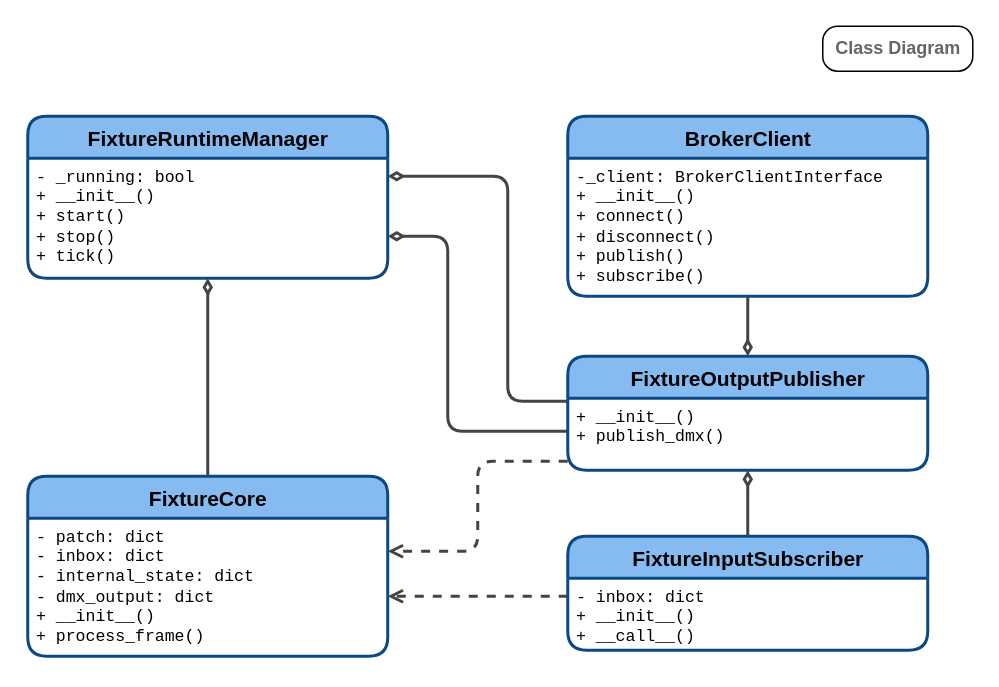
Earlier version of the draw.io diagram page "fixture" (5 of 6) of docs/diagrams/c4/c4-apelios.drawio (weber-moritz/apelios). Source tidied: cells renumbered, new cells numbered last; positions are measured from the earlier drawing's top-left corner, leaving out a move shared by most shapes. Both pictures are drawn from the tidied source at 150%, with x=0, y=0 at pixel (27, 26).
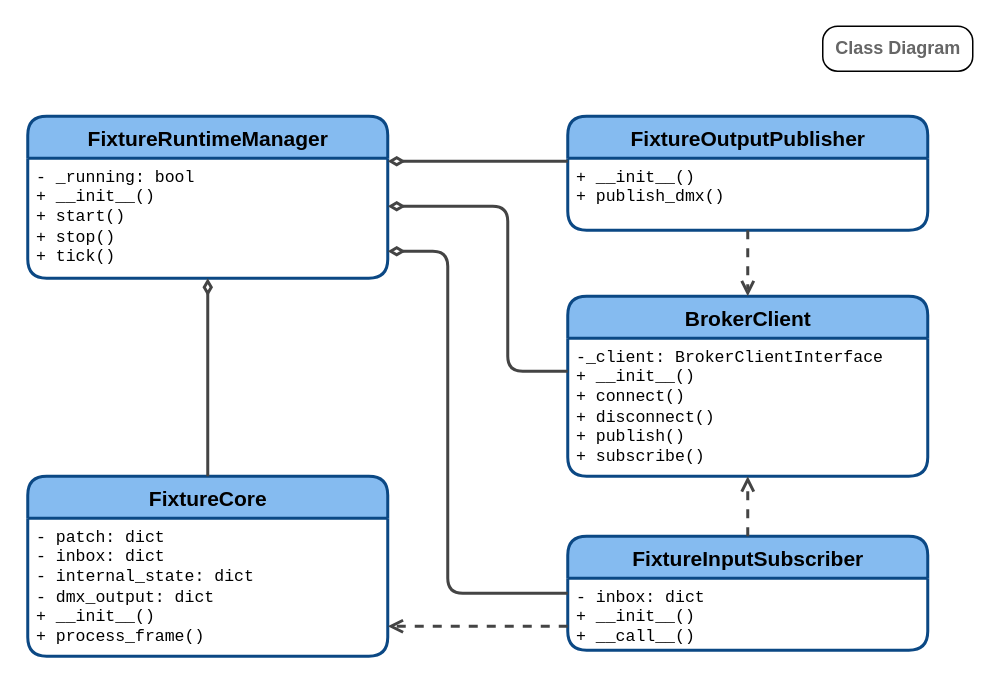
Above is the later version.

The change refers to these unchanged cells:
```xml
<mxCell id="2" value="FixtureCore" style="swimlane;fontStyle=1;align=center;verticalAlign=top;horizontal=1;startSize=28;rounded=1;fillColor=#85bbf0;swimlaneFillColor=#ffffff;strokeColor=#0b4884;strokeWidth=2;fontColor=#000000;fontSize=14;html=1;" parent="1" vertex="1">
  <mxGeometry y="300" width="240" height="120" as="geometry" />
</mxCell>
<mxCell id="4" value="FixtureInputSubscriber" style="swimlane;fontStyle=1;align=center;verticalAlign=top;horizontal=1;startSize=28;rounded=1;fillColor=#85bbf0;swimlaneFillColor=#ffffff;strokeColor=#0b4884;strokeWidth=2;fontColor=#000000;fontSize=14;html=1;" parent="1" vertex="1">
  <mxGeometry x="360" y="340" width="240" height="76" as="geometry" />
</mxCell>
<mxCell id="6" value="FixtureRuntimeManager" style="swimlane;fontStyle=1;align=center;verticalAlign=top;horizontal=1;startSize=28;rounded=1;fillColor=#85bbf0;swimlaneFillColor=#ffffff;strokeColor=#0b4884;strokeWidth=2;fontColor=#000000;fontSize=14;html=1;" parent="1" vertex="1">
  <mxGeometry y="60" width="240" height="108" as="geometry" />
</mxCell>
```

What changed in the source:
```diff
@@
     <mxCell id="8" value="BrokerClient" style="swimlane;fontStyle=1;align=center;verticalAlign=top;horizontal=1;startSize=28;rounded=1;fillColor=#85bbf0;swimlaneFillColor=#ffffff;strokeColor=#0b4884;strokeWidth=2;fontColor=#000000;fontSize=14;html=1;" parent="1" vertex="1">
-      <mxGeometry x="360" y="60" width="240" height="120" as="geometry" />
+      <mxGeometry x="360" y="180" width="240" height="120" as="geometry" />
     </mxCell>
@@
+    <mxCell id="17" value="FixtureOutputPublisher" style="swimlane;fontStyle=1;align=center;verticalAlign=top;horizontal=1;startSize=28;rounded=1;fillColor=#85bbf0;swimlaneFillColor=#ffffff;strokeColor=#0b4884;strokeWidth=2;fontColor=#000000;fontSize=14;html=1;" parent="1" vertex="1">
+      <mxGeometry x="360" y="60" width="240" height="76" as="geometry" />
+    </mxCell>
+    <mxCell id="18" value="+ __init__()&lt;br&gt;+ publish_dmx()" style="text;strokeColor=none;fillColor=none;align=left;verticalAlign=top;spacingLeft=4;spacingRight=4;overflow=hidden;fontFamily=Courier New;fontSize=11;fontColor=#000000;html=1;" parent="17" vertex="1">
+      <mxGeometry y="28" width="240" height="48" as="geometry" />
+    </mxCell>
@@
-    <mxCell id="11" style="startArrow=diamondThin;startFill=0;endArrow=none;strokeColor=#444444;strokeWidth=2;edgeStyle=orthogonalEdgeStyle;rounded=1;" parent="1" edge="1" source="17" target="4">
-      <mxGeometry relative="1" as="geometry" />
+    <mxCell id="11" style="startArrow=diamondThin;startFill=0;endArrow=none;strokeColor=#444444;strokeWidth=2;edgeStyle=orthogonalEdgeStyle;rounded=1;" parent="1" edge="1" source="6" target="4">
+      <mxGeometry relative="1" as="geometry">
+        <Array as="points">
+          <mxPoint x="280" y="150" />
+          <mxPoint x="280" y="378" />
+        </Array>
+      </mxGeometry>
     </mxCell>
     <mxCell id="12" style="startArrow=diamondThin;startFill=0;endArrow=none;strokeColor=#444444;strokeWidth=2;edgeStyle=orthogonalEdgeStyle;rounded=1;" parent="1" edge="1" source="6" target="17">
       <mxGeometry relative="1" as="geometry">
         <Array as="points">
-          <mxPoint x="280" y="140" />
-          <mxPoint x="280" y="270" />
+          <mxPoint x="320" y="90" />
+          <mxPoint x="320" y="90" />
         </Array>
       </mxGeometry>
     </mxCell>
+    <mxCell id="20" style="startArrow=diamondThin;startFill=0;endArrow=none;strokeColor=#444444;strokeWidth=2;edgeStyle=orthogonalEdgeStyle;rounded=1;" parent="1" edge="1" source="6" target="8">
+      <mxGeometry relative="1" as="geometry">
+        <Array as="points">
+          <mxPoint x="320" y="120" />
+          <mxPoint x="320" y="230" />
+        </Array>
+      </mxGeometry>
+    </mxCell>
     <mxCell id="13" style="endArrow=open;dashed=1;endFill=0;strokeColor=#444444;strokeWidth=2;edgeStyle=orthogonalEdgeStyle;rounded=1;" parent="1" edge="1" source="4" target="2">
       <mxGeometry relative="1" as="geometry">
         <Array as="points">
-          <mxPoint x="300" y="380" />
-          <mxPoint x="300" y="380" />
+          <mxPoint x="300" y="400" />
+          <mxPoint x="300" y="400" />
         </Array>
       </mxGeometry>
     </mxCell>
-    <mxCell id="14" style="endArrow=open;dashed=1;endFill=0;strokeColor=#444444;strokeWidth=2;edgeStyle=orthogonalEdgeStyle;rounded=1;" parent="1" edge="1" source="17" target="2">
-      <mxGeometry relative="1" as="geometry">
-        <Array as="points">
-          <mxPoint x="300" y="290" />
-          <mxPoint x="300" y="350" />
-        </Array>
-      </mxGeometry>
-    </mxCell>
-    <mxCell id="15" style="startArrow=diamondThin;startFill=0;endArrow=none;strokeColor=#444444;strokeWidth=2;edgeStyle=orthogonalEdgeStyle;rounded=1;" parent="1" edge="1" source="17" target="8">
+    <mxCell id="15" style="endArrow=open;dashed=1;endFill=0;strokeColor=#444444;strokeWidth=2;edgeStyle=orthogonalEdgeStyle;rounded=1;" parent="1" edge="1" source="17" target="8">
       <mxGeometry relative="1" as="geometry" />
     </mxCell>
-    <mxCell id="16" style="startArrow=diamondThin;startFill=0;endArrow=none;strokeColor=#444444;strokeWidth=2;edgeStyle=orthogonalEdgeStyle;rounded=1;" parent="1" edge="1" source="6" target="17">
-      <mxGeometry relative="1" as="geometry">
-        <Array as="points">
-          <mxPoint x="320" y="100" />
-          <mxPoint x="320" y="250" />
-        </Array>
-      </mxGeometry>
-    </mxCell>
-    <mxCell id="17" value="FixtureOutputPublisher" style="swimlane;fontStyle=1;align=center;verticalAlign=top;horizontal=1;startSize=28;rounded=1;fillColor=#85bbf0;swimlaneFillColor=#ffffff;strokeColor=#0b4884;strokeWidth=2;fontColor=#000000;fontSize=14;html=1;" parent="1" vertex="1">
-      <mxGeometry x="360" y="220" width="240" height="76" as="geometry" />
-    </mxCell>
-    <mxCell id="18" value="+ __init__()&lt;br&gt;+ publish_dmx()" style="text;strokeColor=none;fillColor=none;align=left;verticalAlign=top;spacingLeft=4;spacingRight=4;overflow=hidden;fontFamily=Courier New;fontSize=11;fontColor=#000000;html=1;" parent="17" vertex="1">
-      <mxGeometry y="28" width="240" height="48" as="geometry" />
-    </mxCell>
+    <mxCell id="21" style="endArrow=open;dashed=1;endFill=0;strokeColor=#444444;strokeWidth=2;edgeStyle=orthogonalEdgeStyle;rounded=1;" parent="1" edge="1" source="4" target="8">
+      <mxGeometry relative="1" as="geometry">
+        <Array as="points">
+          <mxPoint x="480" y="340" />
+          <mxPoint x="480" y="340" />
+        </Array>
+      </mxGeometry>
+    </mxCell>
```
